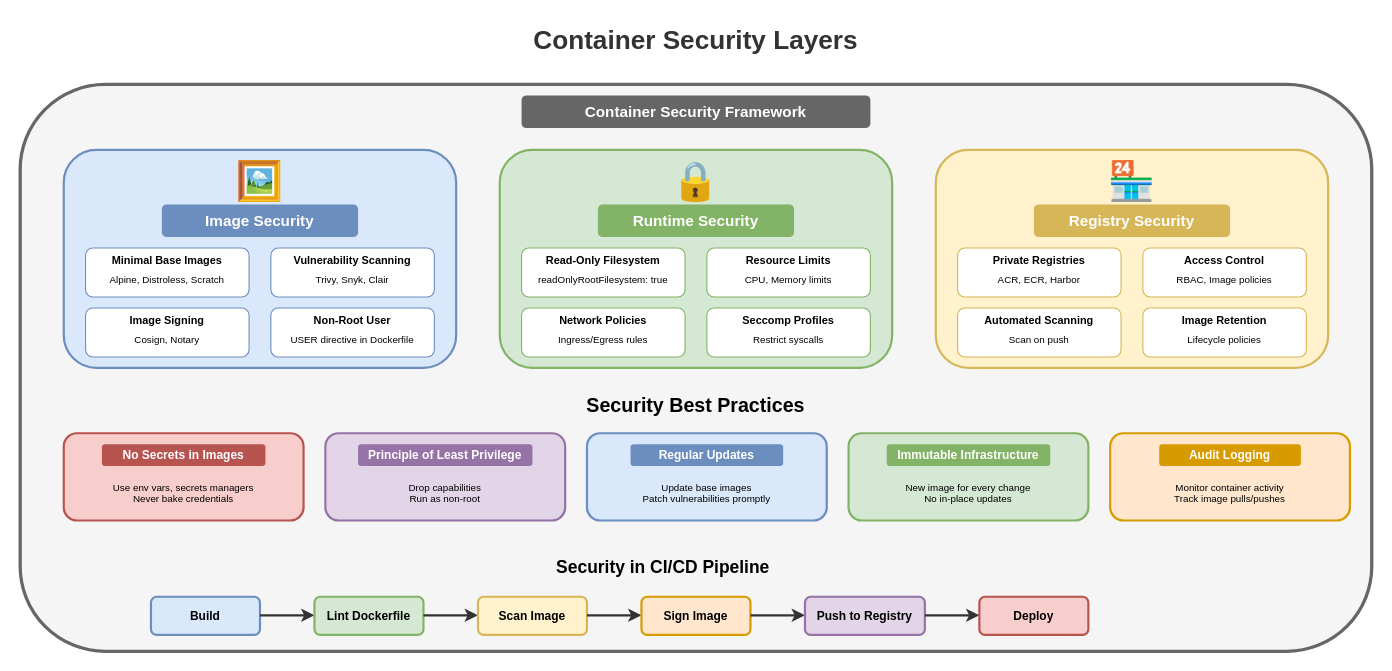
MrParkerZ7/document-lesson-software-architect-x-claude keeps this draw.io diagram as lesson-05-devops-platform-engineering/diagrams/4.2-container-security-layers.drawio. Above is the earlier version. Source tidied: cells renumbered, new cells numbered last; positions are measured from the earlier drawing's top-left corner, leaving out a move shared by most shapes. Both pictures are drawn from the tidied source at 109%, with x=0, y=0 at pixel (20, 19).
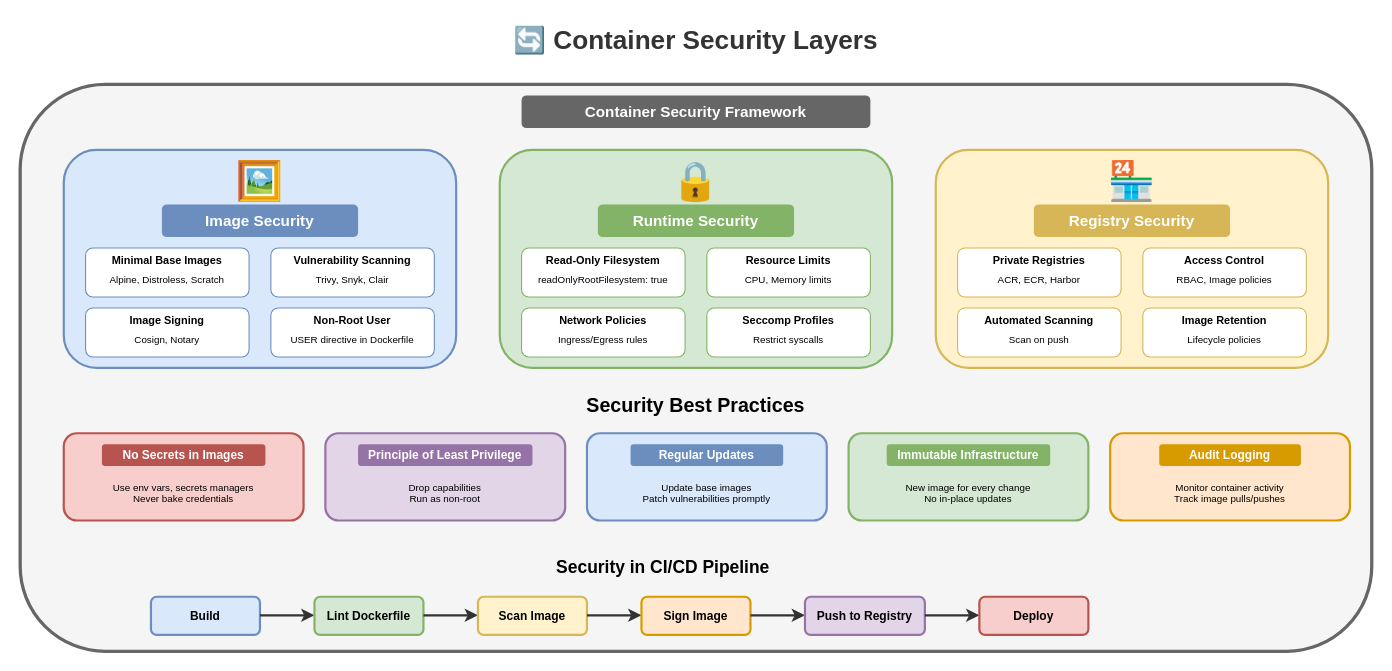
The same page after the edit.

Diff of the diagram source:
```diff
@@
-    <mxCell id="2" value="Container Security Layers" style="text;html=1;strokeColor=none;fillColor=none;align=center;verticalAlign=middle;whiteSpace=wrap;rounded=0;fontSize=24;fontStyle=1;fontColor=#333333;" parent="1" vertex="1">
+    <mxCell id="2" value="🔄 Container Security Layers" style="text;html=1;strokeColor=none;fillColor=none;align=center;verticalAlign=middle;whiteSpace=wrap;rounded=0;fontSize=24;fontStyle=1;fontColor=#333333;" parent="1" vertex="1">
       <mxGeometry x="370" width="500" height="40" as="geometry" />
     </mxCell>
```
